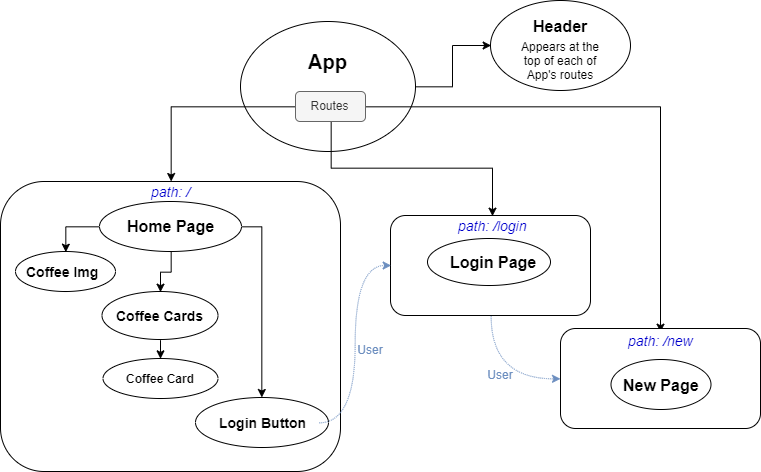
The draw.io diagram JavaHouse-Components.png in jpremmel/react-independent-project, before a commit. Source tidied: cells renumbered, new cells last; positions are measured from the earlier drawing's top-left corner, leaving out a move shared by most shapes. The source it was exported from:
```xml
<mxGraphModel>
  <root>
    <mxCell id="0" />
    <mxCell id="1" parent="0" />
    <mxCell id="2" style="edgeStyle=orthogonalEdgeStyle;rounded=0;jettySize=auto;html=1;exitX=1;exitY=0.5;exitDx=0;exitDy=0;entryX=0;entryY=0.5;entryDx=0;entryDy=0;" parent="1" edge="1" source="3" target="16">
      <mxGeometry relative="1" as="geometry" />
    </mxCell>
    <mxCell id="3" style="ellipse;whiteSpace=wrap;html=1;" parent="1" vertex="1">
      <mxGeometry x="240" y="21" width="175" height="130" as="geometry" />
    </mxCell>
    <mxCell id="4" style="edgeStyle=orthogonalEdgeStyle;rounded=0;jettySize=auto;html=1;exitX=0;exitY=0.5;exitDx=0;exitDy=0;entryX=0.5;entryY=0;entryDx=0;entryDy=0;fontSize=12;fontColor=#0000CC;" parent="1" edge="1" source="7" target="13">
      <mxGeometry relative="1" as="geometry" />
    </mxCell>
    <mxCell id="5" style="edgeStyle=orthogonalEdgeStyle;rounded=0;jettySize=auto;html=1;exitX=0.5;exitY=1;exitDx=0;exitDy=0;entryX=0.5;entryY=0;entryDx=0;entryDy=0;fontSize=12;fontColor=#0000CC;" parent="1" edge="1" source="7" target="15">
      <mxGeometry relative="1" as="geometry" />
    </mxCell>
    <mxCell id="6" style="edgeStyle=orthogonalEdgeStyle;rounded=0;jettySize=auto;html=1;exitX=1;exitY=0.5;exitDx=0;exitDy=0;entryX=0.5;entryY=0;entryDx=0;entryDy=0;fontSize=12;fontColor=#0000CC;" parent="1" edge="1" source="7" target="14">
      <mxGeometry relative="1" as="geometry" />
    </mxCell>
    <mxCell id="7" value="Routes" style="text;html=1;strokeColor=#666666;fillColor=#f5f5f5;align=center;verticalAlign=middle;whiteSpace=wrap;rounded=1;fontColor=#333333;" parent="1" vertex="1">
      <mxGeometry x="295" y="91" width="70" height="30" as="geometry" />
    </mxCell>
    <mxCell id="8" value="App" style="text;strokeColor=none;fillColor=none;html=1;fontSize=20;fontStyle=1;verticalAlign=middle;align=center;" parent="1" vertex="1">
      <mxGeometry x="277.5" y="43.5" width="100" height="35" as="geometry" />
    </mxCell>
    <mxCell id="9" style="rounded=1;whiteSpace=wrap;html=1;" parent="1" vertex="1">
      <mxGeometry y="181" width="340" height="290" as="geometry" />
    </mxCell>
    <mxCell id="10" style="edgeStyle=orthogonalEdgeStyle;curved=1;jettySize=auto;html=1;exitX=0.5;exitY=1;exitDx=0;exitDy=0;entryX=0;entryY=0.5;entryDx=0;entryDy=0;dashed=1;dashPattern=1 1;fontSize=12;fontColor=#0000CC;fillColor=#dae8fc;strokeColor=#6c8ebf;" parent="1" edge="1" source="11" target="12">
      <mxGeometry relative="1" as="geometry" />
    </mxCell>
    <mxCell id="11" style="rounded=1;whiteSpace=wrap;html=1;" parent="1" vertex="1">
      <mxGeometry x="390" y="215" width="200" height="100" as="geometry" />
    </mxCell>
    <mxCell id="12" style="rounded=1;whiteSpace=wrap;html=1;" parent="1" vertex="1">
      <mxGeometry x="560" y="328" width="200" height="100" as="geometry" />
    </mxCell>
    <mxCell id="13" value="path: /" style="text;strokeColor=none;fillColor=none;html=1;fontSize=14;fontStyle=2;verticalAlign=middle;align=center;fontColor=#0000CC;" parent="1" vertex="1">
      <mxGeometry x="122.5" y="181" width="95" height="20" as="geometry" />
    </mxCell>
    <mxCell id="14" value="path: /new" style="text;strokeColor=none;fillColor=none;html=1;fontSize=14;fontStyle=2;verticalAlign=middle;align=center;fontColor=#0000CC;" parent="1" vertex="1">
      <mxGeometry x="590" y="331" width="140" height="18" as="geometry" />
    </mxCell>
    <mxCell id="15" value="path: /login" style="text;strokeColor=none;fillColor=none;html=1;fontSize=14;fontStyle=2;verticalAlign=middle;align=center;fontColor=#0000CC;" parent="1" vertex="1">
      <mxGeometry x="415" y="215" width="155" height="20" as="geometry" />
    </mxCell>
    <mxCell id="16" style="ellipse;whiteSpace=wrap;html=1;rounded=1;" parent="1" vertex="1">
      <mxGeometry x="490" width="140" height="90" as="geometry" />
    </mxCell>
    <mxCell id="17" value="Header" style="text;strokeColor=none;fillColor=none;html=1;fontSize=16;fontStyle=1;verticalAlign=middle;align=center;rounded=1;" parent="1" vertex="1">
      <mxGeometry x="510" y="5" width="100" height="40" as="geometry" />
    </mxCell>
    <mxCell id="18" value="Appears at the top of each of App's routes" style="text;html=1;strokeColor=none;fillColor=none;align=center;verticalAlign=middle;whiteSpace=wrap;rounded=0;direction=west;" parent="1" vertex="1">
      <mxGeometry x="510" y="40" width="100" height="40" as="geometry" />
    </mxCell>
    <mxCell id="19" style="edgeStyle=orthogonalEdgeStyle;rounded=0;jettySize=auto;html=1;exitX=0.5;exitY=1;exitDx=0;exitDy=0;entryX=0.5;entryY=0;entryDx=0;entryDy=0;fontSize=12;fontColor=#0000CC;" parent="1" edge="1" source="20" target="21">
      <mxGeometry relative="1" as="geometry" />
    </mxCell>
    <mxCell id="20" style="ellipse;whiteSpace=wrap;html=1;rounded=1;fontSize=18;fontColor=#0000CC;" parent="1" vertex="1">
      <mxGeometry x="101.5" y="291" width="116" height="48" as="geometry" />
    </mxCell>
    <mxCell id="21" style="ellipse;whiteSpace=wrap;html=1;rounded=1;fontSize=18;fontColor=#0000CC;" parent="1" vertex="1">
      <mxGeometry x="102.5" y="358" width="115" height="40" as="geometry" />
    </mxCell>
    <mxCell id="22" style="ellipse;whiteSpace=wrap;html=1;rounded=1;fontSize=18;fontColor=#0000CC;" parent="1" vertex="1">
      <mxGeometry x="15" y="251" width="100" height="40" as="geometry" />
    </mxCell>
    <mxCell id="23" style="ellipse;whiteSpace=wrap;html=1;rounded=1;fontSize=18;fontColor=#0000CC;" parent="1" vertex="1">
      <mxGeometry x="195" y="397" width="133" height="50" as="geometry" />
    </mxCell>
    <mxCell id="24" style="ellipse;whiteSpace=wrap;html=1;rounded=1;fontSize=18;fontColor=#0000CC;" parent="1" vertex="1">
      <mxGeometry x="610.5" y="359" width="100" height="50" as="geometry" />
    </mxCell>
    <mxCell id="25" style="ellipse;whiteSpace=wrap;html=1;rounded=1;fontSize=18;fontColor=#0000CC;" parent="1" vertex="1">
      <mxGeometry x="427" y="238" width="123" height="47" as="geometry" />
    </mxCell>
    <mxCell id="26" style="edgeStyle=orthogonalEdgeStyle;rounded=0;jettySize=auto;html=1;exitX=0;exitY=0.5;exitDx=0;exitDy=0;entryX=0.5;entryY=0;entryDx=0;entryDy=0;fontSize=12;fontColor=#0000CC;" parent="1" edge="1" source="29" target="22">
      <mxGeometry relative="1" as="geometry" />
    </mxCell>
    <mxCell id="27" style="edgeStyle=orthogonalEdgeStyle;rounded=0;jettySize=auto;html=1;exitX=1;exitY=0.5;exitDx=0;exitDy=0;entryX=0.5;entryY=0;entryDx=0;entryDy=0;fontSize=12;fontColor=#0000CC;" parent="1" edge="1" source="29" target="23">
      <mxGeometry relative="1" as="geometry" />
    </mxCell>
    <mxCell id="28" style="edgeStyle=orthogonalEdgeStyle;rounded=0;jettySize=auto;html=1;exitX=0.5;exitY=1;exitDx=0;exitDy=0;entryX=0.5;entryY=0;entryDx=0;entryDy=0;fontSize=12;fontColor=#0000CC;" parent="1" edge="1" source="29" target="20">
      <mxGeometry relative="1" as="geometry" />
    </mxCell>
    <mxCell id="29" style="ellipse;whiteSpace=wrap;html=1;rounded=1;fontSize=18;fontColor=#0000CC;" parent="1" vertex="1">
      <mxGeometry x="99" y="201" width="142" height="50" as="geometry" />
    </mxCell>
    <mxCell id="30" value="Coffee Card" style="text;strokeColor=none;fillColor=none;html=1;fontSize=12;fontStyle=1;verticalAlign=middle;align=center;rounded=1;" parent="1" vertex="1">
      <mxGeometry x="118.5" y="368" width="83" height="20" as="geometry" />
    </mxCell>
    <mxCell id="31" value="Coffee Cards" style="text;strokeColor=none;fillColor=none;html=1;fontSize=14;fontStyle=1;verticalAlign=middle;align=center;rounded=1;" parent="1" vertex="1">
      <mxGeometry x="106.5" y="305" width="106" height="20" as="geometry" />
    </mxCell>
    <mxCell id="32" value="Coffee Img" style="text;strokeColor=none;fillColor=none;html=1;fontSize=14;fontStyle=1;verticalAlign=middle;align=center;rounded=1;" parent="1" vertex="1">
      <mxGeometry x="20" y="261" width="85" height="20" as="geometry" />
    </mxCell>
    <mxCell id="33" value="Home Page" style="text;strokeColor=none;fillColor=none;html=1;fontSize=16;fontStyle=1;verticalAlign=middle;align=center;rounded=1;" parent="1" vertex="1">
      <mxGeometry x="120" y="211" width="100" height="28" as="geometry" />
    </mxCell>
    <mxCell id="34" style="edgeStyle=orthogonalEdgeStyle;curved=1;jettySize=auto;html=1;exitX=1;exitY=0.5;exitDx=0;exitDy=0;entryX=0;entryY=0.5;entryDx=0;entryDy=0;dashed=1;dashPattern=1 1;fontSize=12;fontColor=#0000CC;fillColor=#dae8fc;strokeColor=#6C8EBF;" parent="1" edge="1" source="35" target="11">
      <mxGeometry relative="1" as="geometry" />
    </mxCell>
    <mxCell id="35" value="Login Button" style="text;strokeColor=none;fillColor=none;html=1;fontSize=14;fontStyle=1;verticalAlign=middle;align=center;rounded=1;" parent="1" vertex="1">
      <mxGeometry x="206" y="407" width="113" height="30" as="geometry" />
    </mxCell>
    <mxCell id="36" value="Login Page" style="text;strokeColor=none;fillColor=none;html=1;fontSize=16;fontStyle=1;verticalAlign=middle;align=center;rounded=1;" parent="1" vertex="1">
      <mxGeometry x="441" y="249" width="103" height="24" as="geometry" />
    </mxCell>
    <mxCell id="37" value="New Page" style="text;strokeColor=none;fillColor=none;html=1;fontSize=16;fontStyle=1;verticalAlign=middle;align=center;rounded=1;" parent="1" vertex="1">
      <mxGeometry x="607.5" y="369" width="105" height="30" as="geometry" />
    </mxCell>
    <mxCell id="38" value="&lt;font color=&quot;#6c8ebf&quot;&gt;User&lt;/font&gt;" style="text;html=1;strokeColor=none;fillColor=none;align=center;verticalAlign=middle;whiteSpace=wrap;rounded=0;fontSize=12;fontColor=#0000CC;rotation=0;" parent="1" vertex="1">
      <mxGeometry x="350" y="339" width="40" height="20" as="geometry" />
    </mxCell>
    <mxCell id="39" value="&lt;font color=&quot;#6c8ebf&quot;&gt;User&lt;/font&gt;" style="text;html=1;strokeColor=none;fillColor=none;align=center;verticalAlign=middle;whiteSpace=wrap;rounded=0;fontSize=12;fontColor=#0000CC;rotation=0;" parent="1" vertex="1">
      <mxGeometry x="480" y="364" width="40" height="20" as="geometry" />
    </mxCell>
  </root>
</mxGraphModel>
```
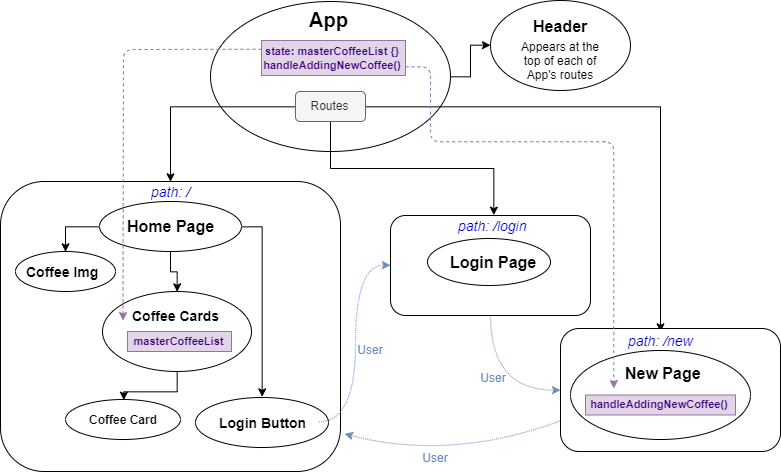
After the change.

What changed in the source:
```diff
@@ -6,7 +6,7 @@
       <mxGeometry relative="1" as="geometry" />
     </mxCell>
     <mxCell id="3" style="ellipse;whiteSpace=wrap;html=1;" parent="1" vertex="1">
-      <mxGeometry x="240" y="21" width="175" height="130" as="geometry" />
+      <mxGeometry x="210" y="1" width="240" height="150" as="geometry" />
     </mxCell>
     <mxCell id="4" style="edgeStyle=orthogonalEdgeStyle;rounded=0;jettySize=auto;html=1;exitX=0;exitY=0.5;exitDx=0;exitDy=0;entryX=0.5;entryY=0;entryDx=0;entryDy=0;fontSize=12;fontColor=#0000CC;" parent="1" edge="1" source="7" target="13">
       <mxGeometry relative="1" as="geometry" />
@@ -21,7 +21,7 @@
       <mxGeometry x="295" y="91" width="70" height="30" as="geometry" />
     </mxCell>
     <mxCell id="8" value="App" style="text;strokeColor=none;fillColor=none;html=1;fontSize=20;fontStyle=1;verticalAlign=middle;align=center;" parent="1" vertex="1">
-      <mxGeometry x="277.5" y="43.5" width="100" height="35" as="geometry" />
+      <mxGeometry x="301.5" y="5" width="53" height="28" as="geometry" />
     </mxCell>
     <mxCell id="9" style="rounded=1;whiteSpace=wrap;html=1;" parent="1" vertex="1">
       <mxGeometry y="181" width="340" height="290" as="geometry" />
@@ -32,8 +32,15 @@
     <mxCell id="11" style="rounded=1;whiteSpace=wrap;html=1;" parent="1" vertex="1">
       <mxGeometry x="390" y="215" width="200" height="100" as="geometry" />
     </mxCell>
+    <mxCell id="40" style="jettySize=auto;html=1;exitX=0;exitY=0.75;exitDx=0;exitDy=0;entryX=1.012;entryY=0.87;entryDx=0;entryDy=0;entryPerimeter=0;dashed=1;strokeColor=#6C8EBF;fontSize=11;fontColor=#3E007D;dashPattern=1 1;curved=1;" parent="1" edge="1" source="12" target="9">
+      <mxGeometry relative="1" as="geometry">
+        <Array as="points">
+          <mxPoint x="450" y="461" />
+        </Array>
+      </mxGeometry>
+    </mxCell>
     <mxCell id="12" style="rounded=1;whiteSpace=wrap;html=1;" parent="1" vertex="1">
-      <mxGeometry x="560" y="328" width="200" height="100" as="geometry" />
+      <mxGeometry x="560" y="328" width="220" height="123" as="geometry" />
     </mxCell>
     <mxCell id="13" value="path: /" style="text;strokeColor=none;fillColor=none;html=1;fontSize=14;fontStyle=2;verticalAlign=middle;align=center;fontColor=#0000CC;" parent="1" vertex="1">
       <mxGeometry x="122.5" y="181" width="95" height="20" as="geometry" />
@@ -57,10 +64,10 @@
       <mxGeometry relative="1" as="geometry" />
     </mxCell>
     <mxCell id="20" style="ellipse;whiteSpace=wrap;html=1;rounded=1;fontSize=18;fontColor=#0000CC;" parent="1" vertex="1">
-      <mxGeometry x="101.5" y="291" width="116" height="48" as="geometry" />
+      <mxGeometry x="102" y="291" width="149" height="80" as="geometry" />
     </mxCell>
     <mxCell id="21" style="ellipse;whiteSpace=wrap;html=1;rounded=1;fontSize=18;fontColor=#0000CC;" parent="1" vertex="1">
-      <mxGeometry x="102.5" y="358" width="115" height="40" as="geometry" />
+      <mxGeometry x="65" y="399" width="115" height="40" as="geometry" />
     </mxCell>
     <mxCell id="22" style="ellipse;whiteSpace=wrap;html=1;rounded=1;fontSize=18;fontColor=#0000CC;" parent="1" vertex="1">
       <mxGeometry x="15" y="251" width="100" height="40" as="geometry" />
@@ -69,7 +76,7 @@
       <mxGeometry x="195" y="397" width="133" height="50" as="geometry" />
     </mxCell>
     <mxCell id="24" style="ellipse;whiteSpace=wrap;html=1;rounded=1;fontSize=18;fontColor=#0000CC;" parent="1" vertex="1">
-      <mxGeometry x="610.5" y="359" width="100" height="50" as="geometry" />
+      <mxGeometry x="570" y="350" width="180" height="89" as="geometry" />
     </mxCell>
     <mxCell id="25" style="ellipse;whiteSpace=wrap;html=1;rounded=1;fontSize=18;fontColor=#0000CC;" parent="1" vertex="1">
       <mxGeometry x="427" y="238" width="123" height="47" as="geometry" />
@@ -87,10 +94,10 @@
       <mxGeometry x="99" y="201" width="142" height="50" as="geometry" />
     </mxCell>
     <mxCell id="30" value="Coffee Card" style="text;strokeColor=none;fillColor=none;html=1;fontSize=12;fontStyle=1;verticalAlign=middle;align=center;rounded=1;" parent="1" vertex="1">
-      <mxGeometry x="118.5" y="368" width="83" height="20" as="geometry" />
+      <mxGeometry x="81" y="409" width="83" height="20" as="geometry" />
     </mxCell>
     <mxCell id="31" value="Coffee Cards" style="text;strokeColor=none;fillColor=none;html=1;fontSize=14;fontStyle=1;verticalAlign=middle;align=center;rounded=1;" parent="1" vertex="1">
-      <mxGeometry x="106.5" y="305" width="106" height="20" as="geometry" />
+      <mxGeometry x="122.5" y="305" width="106" height="20" as="geometry" />
     </mxCell>
     <mxCell id="32" value="Coffee Img" style="text;strokeColor=none;fillColor=none;html=1;fontSize=14;fontStyle=1;verticalAlign=middle;align=center;rounded=1;" parent="1" vertex="1">
       <mxGeometry x="20" y="261" width="85" height="20" as="geometry" />
@@ -108,13 +115,41 @@
       <mxGeometry x="441" y="249" width="103" height="24" as="geometry" />
     </mxCell>
     <mxCell id="37" value="New Page" style="text;strokeColor=none;fillColor=none;html=1;fontSize=16;fontStyle=1;verticalAlign=middle;align=center;rounded=1;" parent="1" vertex="1">
-      <mxGeometry x="607.5" y="369" width="105" height="30" as="geometry" />
+      <mxGeometry x="610" y="357" width="105" height="30" as="geometry" />
     </mxCell>
     <mxCell id="38" value="&lt;font color=&quot;#6c8ebf&quot;&gt;User&lt;/font&gt;" style="text;html=1;strokeColor=none;fillColor=none;align=center;verticalAlign=middle;whiteSpace=wrap;rounded=0;fontSize=12;fontColor=#0000CC;rotation=0;" parent="1" vertex="1">
       <mxGeometry x="350" y="339" width="40" height="20" as="geometry" />
     </mxCell>
     <mxCell id="39" value="&lt;font color=&quot;#6c8ebf&quot;&gt;User&lt;/font&gt;" style="text;html=1;strokeColor=none;fillColor=none;align=center;verticalAlign=middle;whiteSpace=wrap;rounded=0;fontSize=12;fontColor=#0000CC;rotation=0;" parent="1" vertex="1">
-      <mxGeometry x="480" y="364" width="40" height="20" as="geometry" />
+      <mxGeometry x="472.5" y="367" width="40" height="20" as="geometry" />
     </mxCell>
+    <mxCell id="41" style="edgeStyle=none;rounded=1;jettySize=auto;html=1;exitX=0;exitY=0.25;exitDx=0;exitDy=0;entryX=0;entryY=0.75;entryDx=0;entryDy=0;dashed=1;strokeColor=#9673A6;fontSize=11;fontColor=#3E007D;" parent="1" edge="1" source="43" target="31">
+      <mxGeometry relative="1" as="geometry">
+        <Array as="points">
+          <mxPoint x="123" y="49" />
+        </Array>
+      </mxGeometry>
+    </mxCell>
+    <mxCell id="42" style="edgeStyle=orthogonalEdgeStyle;rounded=1;jettySize=auto;html=1;exitX=1;exitY=0.75;exitDx=0;exitDy=0;entryX=0.025;entryY=1.044;entryDx=0;entryDy=0;entryPerimeter=0;dashed=1;strokeColor=#9673A6;fontSize=11;fontColor=#3E007D;" parent="1" edge="1" source="43" target="37">
+      <mxGeometry relative="1" as="geometry">
+        <Array as="points">
+          <mxPoint x="430" y="66" />
+          <mxPoint x="430" y="141" />
+          <mxPoint x="613" y="141" />
+        </Array>
+      </mxGeometry>
+    </mxCell>
+    <mxCell id="43" value="&lt;font color=&quot;#3e007d&quot; size=&quot;1&quot;&gt;&lt;b style=&quot;font-size: 11px&quot;&gt;state: masterCoffeeList {}&lt;br&gt;handleAddingNewCoffee()&lt;br&gt;&lt;/b&gt;&lt;/font&gt;" style="text;html=1;strokeColor=#9673a6;fillColor=#e1d5e7;align=center;verticalAlign=middle;whiteSpace=wrap;rounded=0;" parent="1" vertex="1">
+      <mxGeometry x="261" y="40" width="144" height="35" as="geometry" />
+    </mxCell>
+    <mxCell id="44" value="masterCoffeeList" style="text;html=1;strokeColor=#9673a6;fillColor=#e1d5e7;align=center;verticalAlign=middle;whiteSpace=wrap;rounded=0;fontColor=#3E007D;fontStyle=1;fontSize=11;" parent="1" vertex="1">
+      <mxGeometry x="127" y="331" width="104" height="20" as="geometry" />
+    </mxCell>
+    <mxCell id="45" value="handleAddingNewCoffee()" style="text;html=1;strokeColor=#9673a6;fillColor=#e1d5e7;align=center;verticalAlign=middle;whiteSpace=wrap;rounded=0;fontSize=11;fontStyle=1;fontColor=#3E007D;" parent="1" vertex="1">
+      <mxGeometry x="585" y="394.5" width="150" height="20" as="geometry" />
+    </mxCell>
+    <mxCell id="46" value="&lt;font color=&quot;#6c8ebf&quot;&gt;User&lt;/font&gt;" style="text;html=1;strokeColor=none;fillColor=none;align=center;verticalAlign=middle;whiteSpace=wrap;rounded=0;fontSize=12;fontColor=#0000CC;rotation=0;" parent="1" vertex="1">
+      <mxGeometry x="415" y="447" width="40" height="20" as="geometry" />
+    </mxCell>
   </root>
 </mxGraphModel>
```
